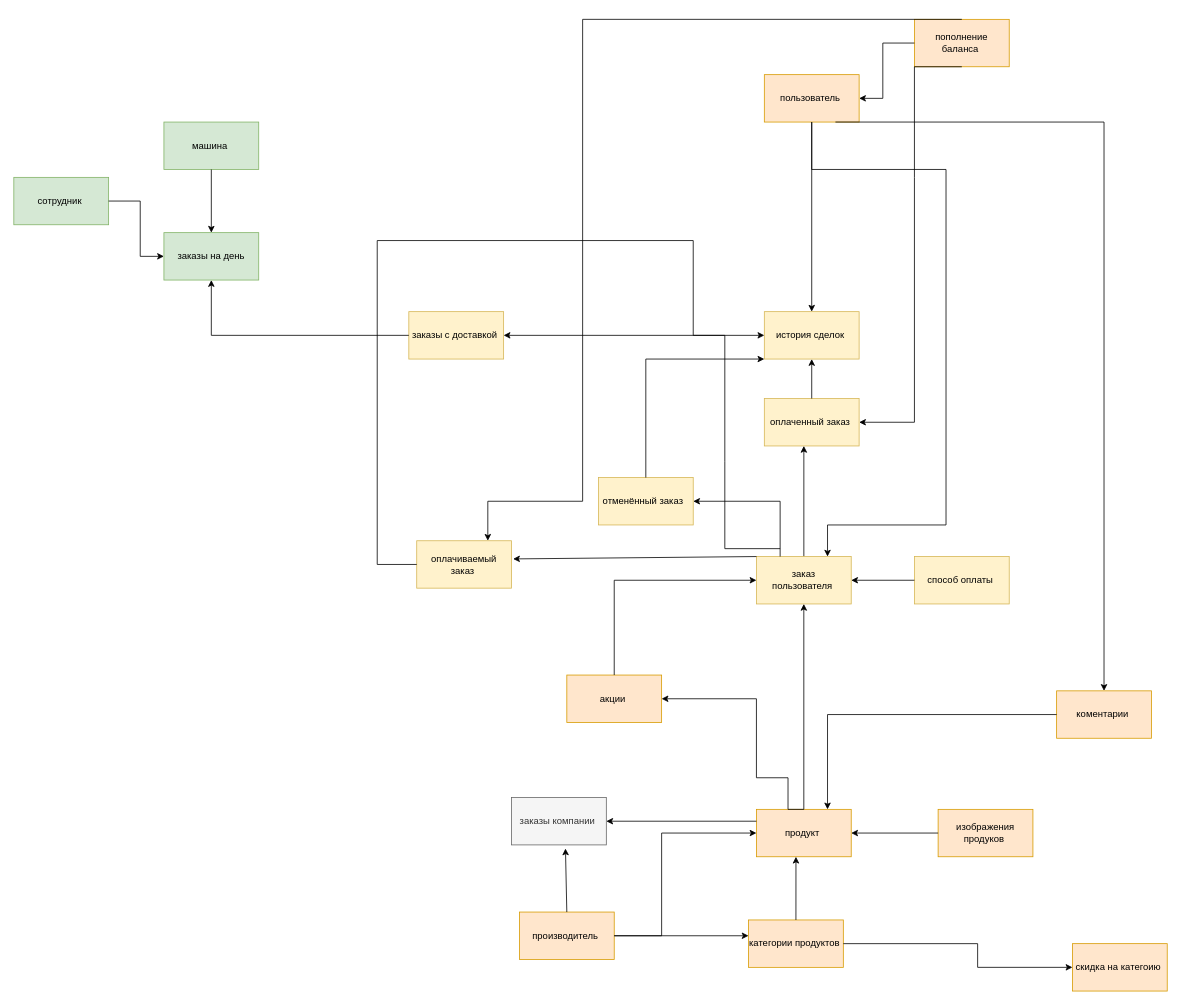
Before: page "Страница 1" (1 of 2) of django_rest1/DB.drawio in alexkhub/website2, a draw.io diagram. Source tidied: cells renumbered, new cells numbered last; positions are measured from the earlier drawing's top-left corner, leaving out a move shared by most shapes. Both pictures are drawn from the tidied source at 79%, with x=0, y=0 at pixel (13, 19).
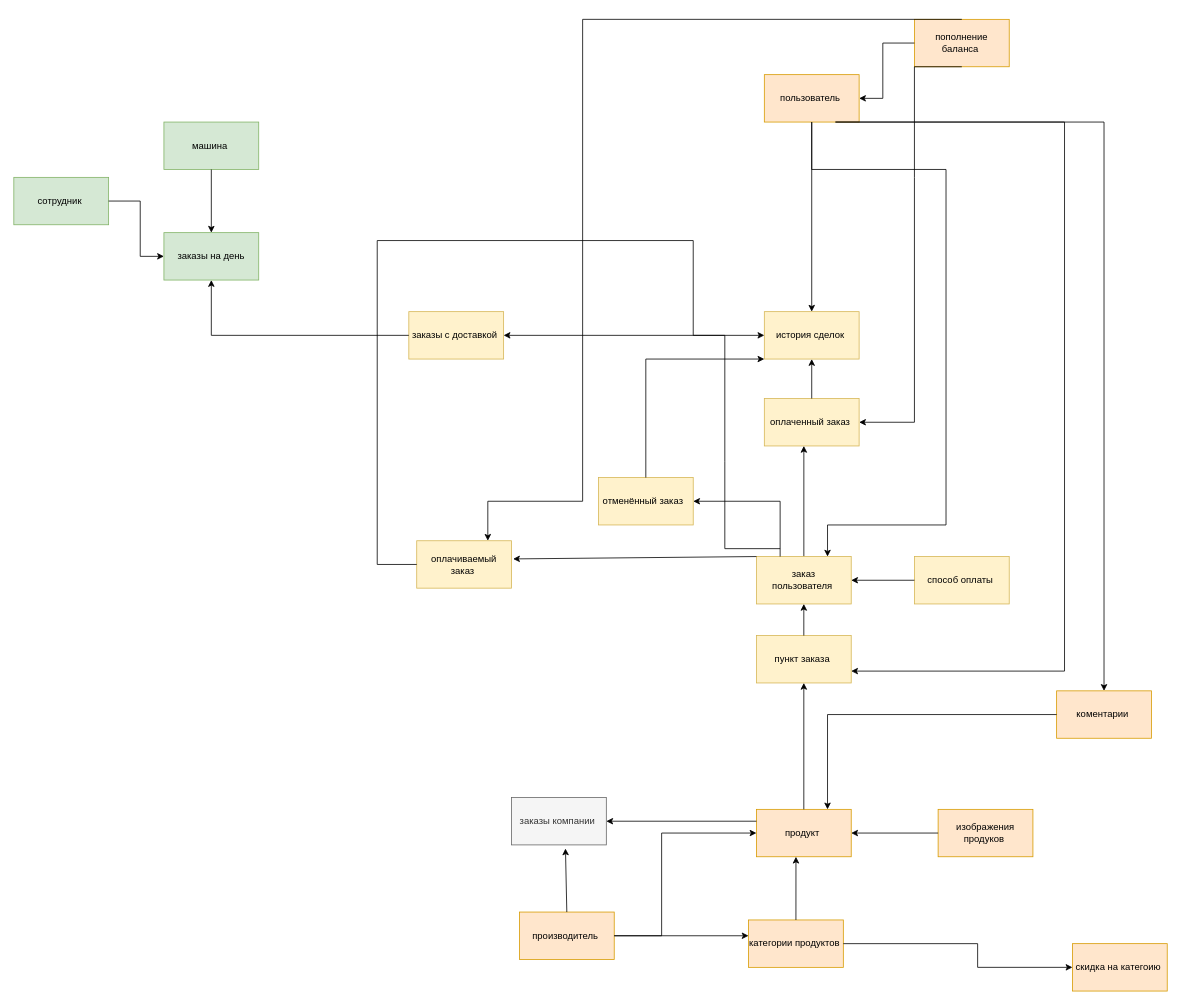
Above is the later version.

The change refers to these unchanged cells:
```xml
<mxCell id="2" value="пользователь&amp;nbsp;" style="rounded=0;whiteSpace=wrap;html=1;fillColor=#ffe6cc;strokeColor=#d79b00;" parent="1" vertex="1">
  <mxGeometry x="950" y="70" width="120" height="60" as="geometry" />
</mxCell>
<mxCell id="14" value="&amp;nbsp;заказ&amp;nbsp; пользователя&amp;nbsp;" style="rounded=0;whiteSpace=wrap;html=1;fillColor=#fff2cc;strokeColor=#d6b656;" parent="1" vertex="1">
  <mxGeometry x="940" y="680" width="120" height="60" as="geometry" />
</mxCell>
<mxCell id="15" value="продукт&amp;nbsp;" style="rounded=0;whiteSpace=wrap;html=1;fillColor=#ffe6cc;strokeColor=#d79b00;" parent="1" vertex="1">
  <mxGeometry x="940" y="1000" width="120" height="60" as="geometry" />
</mxCell>
```

What changed in the source:
```diff
@@
-    <mxCell id="19" value="акции&amp;nbsp;" style="rounded=0;whiteSpace=wrap;html=1;fillColor=#ffe6cc;strokeColor=#d79b00;" parent="1" vertex="1">
-      <mxGeometry x="700" y="830" width="120" height="60" as="geometry" />
-    </mxCell>
@@
-    <mxCell id="25" style="endArrow=classic;html=1;rounded=0;exitX=0.5;exitY=0;exitDx=0;exitDy=0;entryX=0.5;entryY=1;entryDx=0;entryDy=0;" parent="1" edge="1" source="15" target="14">
-      <mxGeometry relative="1" as="geometry" />
-    </mxCell>
-    <mxCell id="26" style="endArrow=classic;html=1;rounded=0;exitX=0.5;exitY=0;exitDx=0;exitDy=0;entryX=1;entryY=0.5;entryDx=0;entryDy=0;" parent="1" edge="1" source="15" target="19">
-      <mxGeometry relative="1" as="geometry">
-        <Array as="points">
-          <mxPoint x="980" y="1000" />
-          <mxPoint x="980" y="960" />
-          <mxPoint x="940" y="960" />
-          <mxPoint x="940" y="860" />
-        </Array>
-      </mxGeometry>
-    </mxCell>
-    <mxCell id="27" style="endArrow=classic;html=1;rounded=0;exitX=0.5;exitY=0;exitDx=0;exitDy=0;entryX=0;entryY=0.5;entryDx=0;entryDy=0;" parent="1" edge="1" source="19" target="14">
-      <mxGeometry relative="1" as="geometry">
-        <Array as="points">
-          <mxPoint x="760" y="710" />
-        </Array>
-      </mxGeometry>
-    </mxCell>
@@
+    <mxCell id="50" value="пункт заказа&amp;nbsp;" style="rounded=0;whiteSpace=wrap;html=1;fillColor=#fff2cc;strokeColor=#d6b656;" parent="1" vertex="1">
+      <mxGeometry x="940" y="780" width="120" height="60" as="geometry" />
+    </mxCell>
+    <mxCell id="51" style="endArrow=classic;html=1;rounded=0;exitX=0.5;exitY=0;exitDx=0;exitDy=0;entryX=0.5;entryY=1;entryDx=0;entryDy=0;" parent="1" edge="1" source="15" target="50">
+      <mxGeometry relative="1" as="geometry" />
+    </mxCell>
+    <mxCell id="52" style="endArrow=classic;html=1;rounded=0;exitX=0.5;exitY=0;exitDx=0;exitDy=0;entryX=0.5;entryY=1;entryDx=0;entryDy=0;" parent="1" edge="1" source="50" target="14">
+      <mxGeometry relative="1" as="geometry" />
+    </mxCell>
+    <mxCell id="53" style="endArrow=classic;html=1;rounded=0;exitX=0.75;exitY=1;exitDx=0;exitDy=0;entryX=1;entryY=0.75;entryDx=0;entryDy=0;" parent="1" edge="1" source="2" target="50">
+      <mxGeometry relative="1" as="geometry">
+        <Array as="points">
+          <mxPoint x="1330" y="130" />
+          <mxPoint x="1330" y="825" />
+        </Array>
+      </mxGeometry>
+    </mxCell>
```
